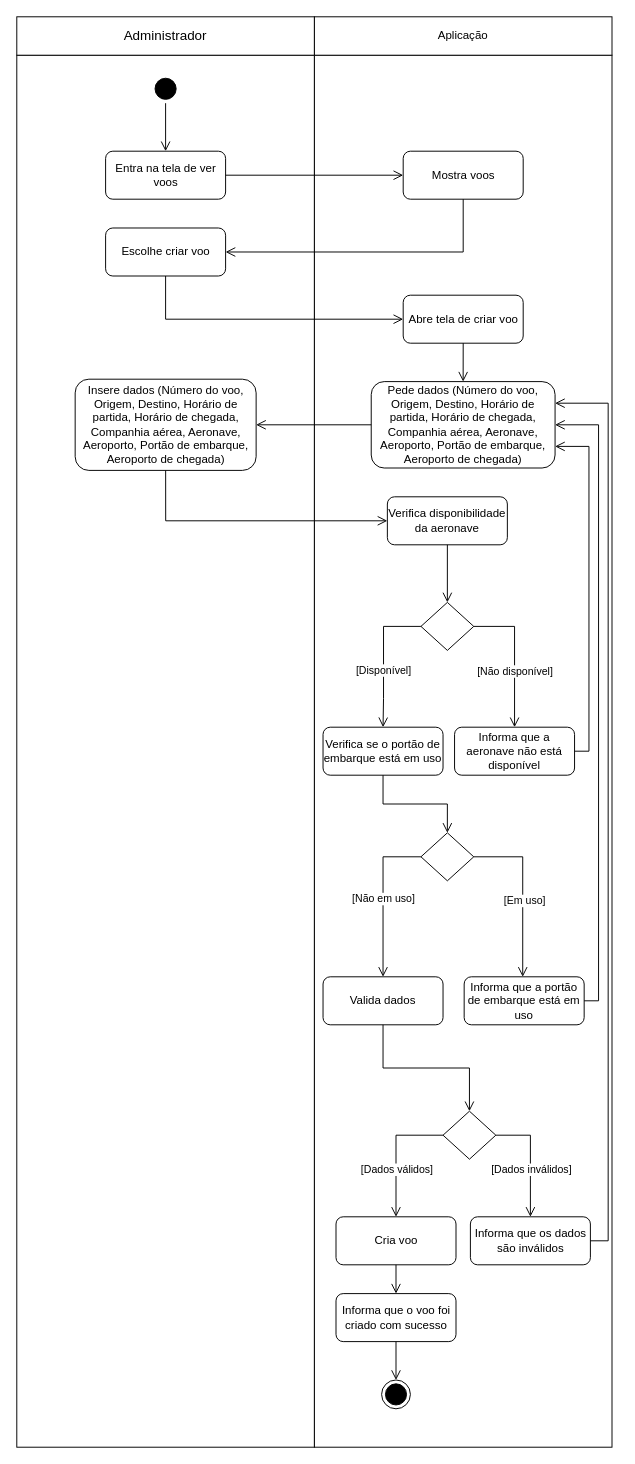
This is Diagramas/Eng_de_Software/Modelos/Atividade/Create_Voo.drawio from GabrielGMori/trabalho-conclus-o-ano, a draw.io file, before an edit. Source tidied: cells renumbered, new cells numbered last; positions are measured from the earlier drawing's top-left corner, leaving out a move shared by most shapes. Both pictures are drawn from the tidied source at 96%, with x=0, y=0 at pixel (16, 16).
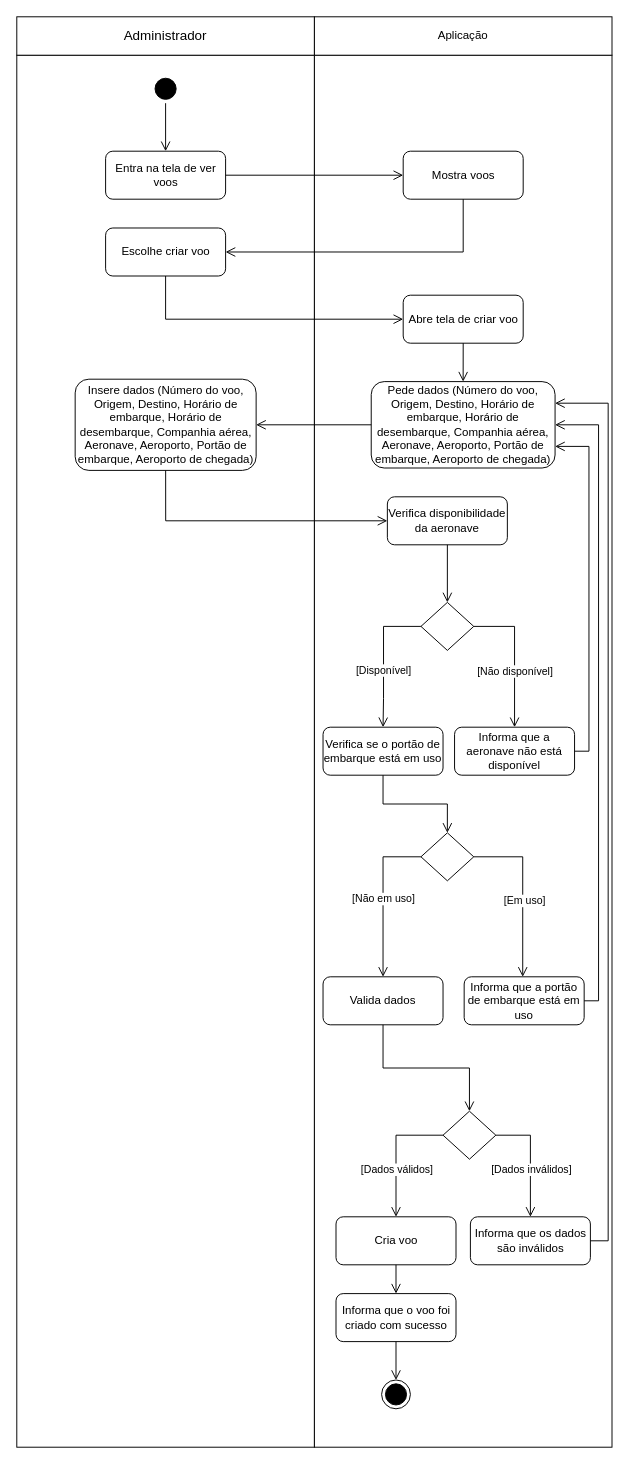
After the change.

Change to the diagram source:
```diff
@@
-    <mxCell id="9" value="Pede dados (Número do voo, Origem, Destino, Horário de partida, Horário de chegada, Companhia aérea, Aeronave, Aeroporto, Portão de embarque, Aeroporto de chegada)" style="rounded=1;whiteSpace=wrap;html=1;" parent="1" vertex="1">
+    <mxCell id="9" value="Pede dados (Número do voo, Origem, Destino, Horário de embarque, Horário de desembarque, Companhia aérea, Aeronave, Aeroporto, Portão de embarque, Aeroporto de chegada)" style="rounded=1;whiteSpace=wrap;html=1;" parent="1" vertex="1">
       <mxGeometry x="369.2" y="380" width="191.5" height="90" as="geometry" />
     </mxCell>
-    <mxCell id="10" value="Insere dados (Número do voo, Origem, Destino, Horário de partida, Horário de chegada, Companhia aérea, Aeronave, Aeroporto, Portão de embarque, Aeroporto de chegada)" style="rounded=1;whiteSpace=wrap;html=1;" parent="1" vertex="1">
+    <mxCell id="10" value="Insere dados (Número do voo, Origem, Destino, Horário de embarque, Horário de desembarque, Companhia aérea, Aeronave, Aeroporto, Portão de embarque, Aeroporto de chegada)" style="rounded=1;whiteSpace=wrap;html=1;" parent="1" vertex="1">
       <mxGeometry x="60.8" y="377.5" width="188.5" height="95" as="geometry" />
     </mxCell>
```
